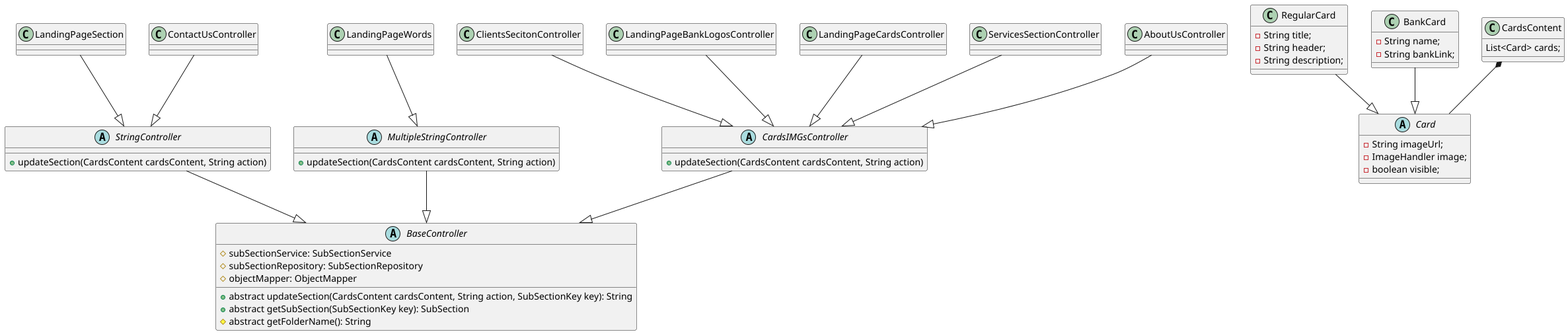
Before: docs/uml/Controllers-0.png, a diagram exported from PlantUML (aamer867/el.waleed-api).
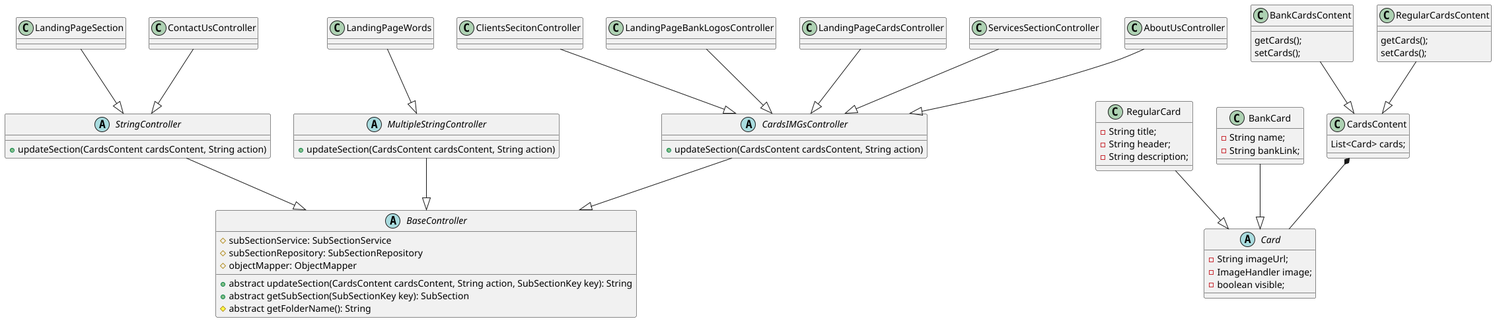
Above is the later version.

Change to the diagram source:
```diff
@@ -55,10 +55,19 @@
 class CardsContent {
     List<Card> cards;
 }
+class BankCardsContent {
+    getCards();
+    setCards();
+}
+class RegularCardsContent {
+    getCards();
+    setCards();
+}
 
 CardsContent *-- Card
 BankCard --|> Card
 RegularCard --|> Card
-
+BankCardsContent --|> CardsContent
+RegularCardsContent --|> CardsContent
 
 @enduml
```
